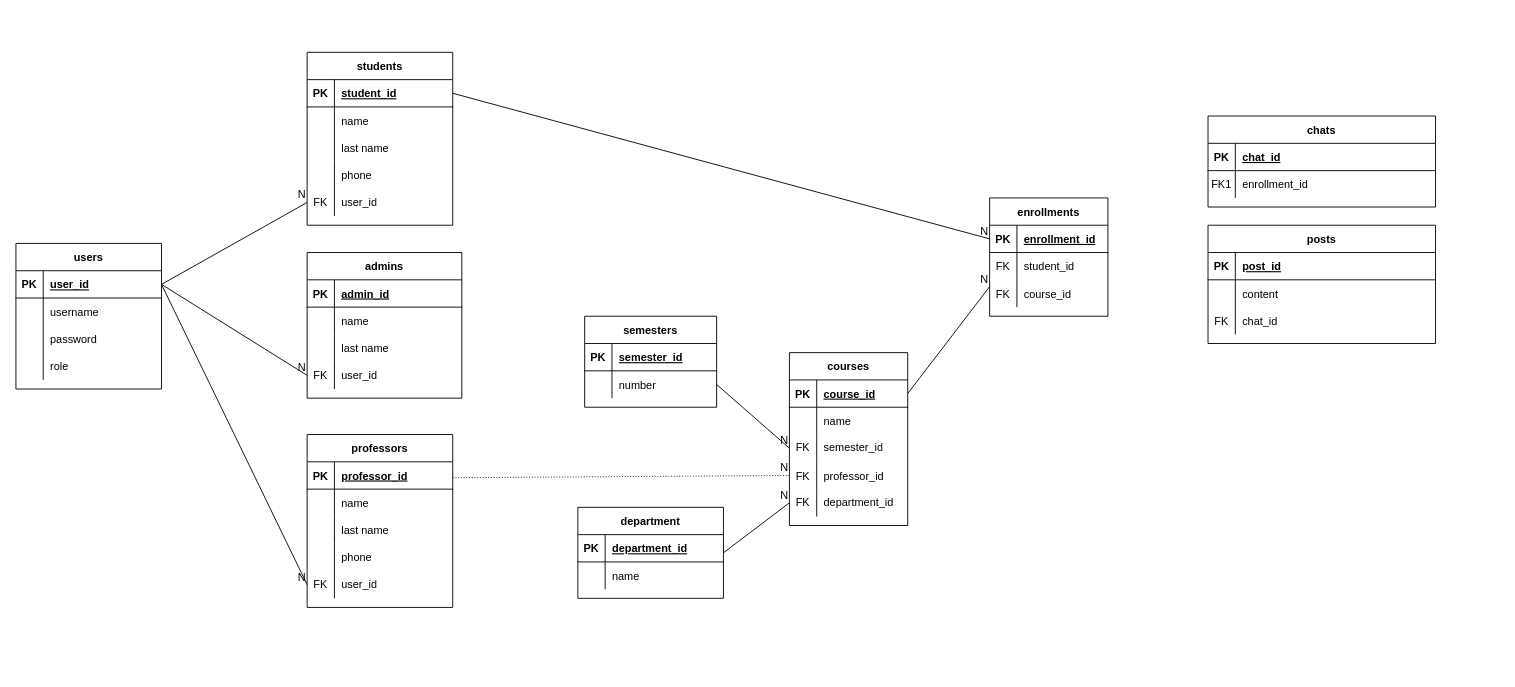
The draw.io diagram university.drawio in ArtStyle19/db-diagrams, before the edit. Source tidied: cells renumbered, new cells numbered last; positions are measured from the earlier drawing's top-left corner, leaving out a move shared by most shapes. Both pictures are drawn from the tidied source at 91%, with x=0, y=0 at pixel (15, 52).
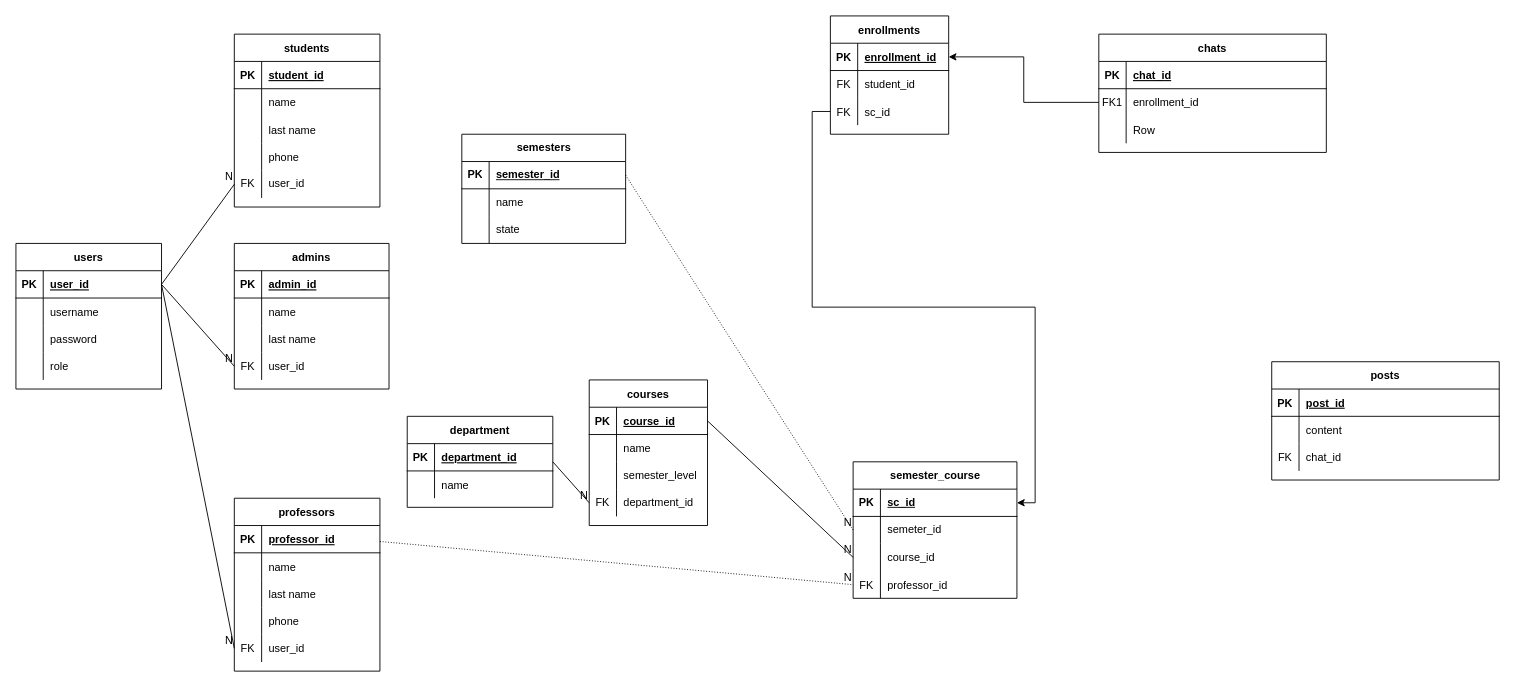
After the change.

Unchanged cells that the change refers to:
```xml
<mxCell id="3" style="shape=partialRectangle;fillColor=none;points=[[0,0.5],[1,0.5]];portConstraint=eastwest;top=0;left=0;right=0;bottom=1;" parent="2" vertex="1">
  <mxGeometry y="30" width="130" height="30" as="geometry" />
</mxCell>
<mxCell id="9" style="shape=tableRow;horizontal=0;startSize=0;swimlaneHead=0;swimlaneBody=0;fillColor=none;points=[[0,0.5],[1,0.5]];portConstraint=eastwest;top=0;left=0;right=0;bottom=0;" parent="2" vertex="1">
  <mxGeometry y="90" width="130" height="30" as="geometry" />
</mxCell>
<mxCell id="45" style="shape=partialRectangle;fillColor=none;points=[[0,0.5],[1,0.5]];portConstraint=eastwest;top=0;left=0;right=0;bottom=1;" parent="44" vertex="1">
  <mxGeometry y="30" width="130" height="30" as="geometry" />
</mxCell>
<mxCell id="51" style="shape=partialRectangle;fillColor=none;points=[[0,0.5],[1,0.5]];portConstraint=eastwest;top=0;left=0;right=0;bottom=0;" parent="44" vertex="1">
  <mxGeometry y="90" width="130" height="30" as="geometry" />
</mxCell>
<mxCell id="72" style="shape=partialRectangle;fillColor=none;points=[[0,0.5],[1,0.5]];portConstraint=eastwest;top=0;left=0;right=0;bottom=0;" parent="68" vertex="1">
  <mxGeometry y="60" width="250" height="30" as="geometry" />
</mxCell>
<mxCell id="76" style="shape=partialRectangle;fillColor=none;points=[[0,0.5],[1,0.5]];portConstraint=eastwest;top=0;left=0;right=0;bottom=1;" parent="75" vertex="1">
  <mxGeometry y="30" width="160" height="30" as="geometry" />
</mxCell>
```

Change to the diagram source:
```diff
@@
     <mxCell id="2" value="courses" style="shape=table;startSize=30;childLayout=tableLayout;rowLines=0;fontStyle=1;align=center;" parent="1" vertex="1">
-      <mxGeometry x="850" y="330" width="130" height="190" as="geometry" />
+      <mxGeometry x="630" y="360" width="130" height="160" as="geometry" />
     </mxCell>
@@
-    <mxCell id="10" value="FK" style="shape=partialRectangle;fillColor=none;top=0;left=0;bottom=0;right=0;fontStyle=0;overflow=hidden;whiteSpace=wrap;html=1;" parent="9" vertex="1">
+    <mxCell id="10" style="shape=partialRectangle;fillColor=none;top=0;left=0;bottom=0;right=0;fontStyle=0;overflow=hidden;whiteSpace=wrap;html=1;" parent="9" vertex="1">
       <mxGeometry width="30" height="30" as="geometry" />
     </mxCell>
-    <mxCell id="11" value="semester_id" style="shape=partialRectangle;fillColor=none;top=0;left=0;bottom=0;right=0;align=left;spacingLeft=6;fontStyle=0;overflow=hidden;whiteSpace=wrap;html=1;" parent="9" vertex="1">
+    <mxCell id="11" value="semester_level" style="shape=partialRectangle;fillColor=none;top=0;left=0;bottom=0;right=0;align=left;spacingLeft=6;fontStyle=0;overflow=hidden;whiteSpace=wrap;html=1;" parent="9" vertex="1">
       <mxGeometry x="30" width="100" height="30" as="geometry" />
     </mxCell>
-    <mxCell id="12" style="shape=tableRow;horizontal=0;startSize=0;swimlaneHead=0;swimlaneBody=0;fillColor=none;points=[[0,0.5],[1,0.5]];portConstraint=eastwest;top=0;left=0;right=0;bottom=0;" parent="2" vertex="1">
-      <mxGeometry y="120" width="130" height="30" as="geometry" />
-    </mxCell>
-    <mxCell id="13" value="FK" style="shape=partialRectangle;fillColor=none;top=0;left=0;bottom=0;right=0;overflow=hidden;" parent="12" vertex="1">
-      <mxGeometry width="30" height="30" as="geometry" />
-    </mxCell>
-    <mxCell id="14" value="professor_id" style="shape=partialRectangle;fillColor=none;top=0;left=0;bottom=0;right=0;align=left;spacingLeft=6;overflow=hidden;" parent="12" vertex="1">
-      <mxGeometry x="30" width="100" height="30" as="geometry" />
-    </mxCell>
     <mxCell id="15" style="shape=tableRow;horizontal=0;startSize=0;swimlaneHead=0;swimlaneBody=0;fillColor=none;points=[[0,0.5],[1,0.5]];portConstraint=eastwest;top=0;left=0;right=0;bottom=0;" parent="2" vertex="1">
-      <mxGeometry y="150" width="130" height="30" as="geometry" />
+      <mxGeometry y="120" width="130" height="30" as="geometry" />
     </mxCell>
@@
     <mxCell id="31" value="admins" style="shape=table;startSize=30;childLayout=tableLayout;rowLines=0;fontStyle=1;align=center;" parent="1" vertex="1">
-      <mxGeometry x="320" y="220" width="170" height="160" as="geometry" />
+      <mxGeometry x="240" y="210" width="170" height="160" as="geometry" />
     </mxCell>
@@
     <mxCell id="44" value="enrollments" style="shape=table;startSize=30;childLayout=tableLayout;rowLines=0;fontStyle=1;align=center;" parent="1" vertex="1">
-      <mxGeometry x="1070" y="160" width="130" height="130" as="geometry" />
+      <mxGeometry x="895" y="-40" width="130" height="130" as="geometry" />
     </mxCell>
@@
-    <mxCell id="53" value="course_id" style="shape=partialRectangle;overflow=hidden;fillColor=none;top=0;left=0;bottom=0;right=0;align=left;spacingLeft=6;" parent="51" vertex="1">
+    <mxCell id="53" value="sc_id" style="shape=partialRectangle;overflow=hidden;fillColor=none;top=0;left=0;bottom=0;right=0;align=left;spacingLeft=6;" parent="51" vertex="1">
       <mxGeometry x="30" width="100" height="30" as="geometry" />
     </mxCell>
-    <mxCell id="54" value="semesters" style="shape=table;startSize=30;childLayout=tableLayout;rowLines=0;fontStyle=1;align=center;" parent="1" vertex="1">
-      <mxGeometry x="625" y="290" width="145" height="100" as="geometry" />
-    </mxCell>
-    <mxCell id="55" style="shape=partialRectangle;fillColor=none;top=0;left=0;right=0;bottom=1;" parent="54" vertex="1">
-      <mxGeometry y="30" width="145" height="30" as="geometry" />
-    </mxCell>
-    <mxCell id="56" value="PK" style="shape=partialRectangle;overflow=hidden;fillColor=none;top=0;left=0;bottom=0;right=0;fontStyle=1;" parent="55" vertex="1">
-      <mxGeometry width="30" height="30" as="geometry" />
-    </mxCell>
-    <mxCell id="57" value="semester_id" style="shape=partialRectangle;overflow=hidden;fillColor=none;top=0;left=0;bottom=0;right=0;align=left;spacingLeft=6;fontStyle=5;" parent="55" vertex="1">
-      <mxGeometry x="30" width="115" height="30" as="geometry" />
-    </mxCell>
-    <mxCell id="58" style="shape=partialRectangle;fillColor=none;points=[[0,0.5],[1,0.5]];portConstraint=eastwest;top=0;left=0;right=0;bottom=0;" parent="54" vertex="1">
-      <mxGeometry y="60" width="145" height="30" as="geometry" />
-    </mxCell>
-    <mxCell id="59" style="shape=partialRectangle;overflow=hidden;fillColor=none;top=0;left=0;bottom=0;right=0;" parent="58" vertex="1">
-      <mxGeometry width="30" height="30" as="geometry" />
-    </mxCell>
-    <mxCell id="60" value="number" style="shape=partialRectangle;overflow=hidden;fillColor=none;top=0;left=0;bottom=0;right=0;align=left;spacingLeft=6;" parent="58" vertex="1">
-      <mxGeometry x="30" width="115" height="30" as="geometry" />
-    </mxCell>
     <mxCell id="61" value="department" style="shape=table;startSize=30;childLayout=tableLayout;rowLines=0;fontStyle=1;align=center;" parent="1" vertex="1">
-      <mxGeometry x="617.5" y="500" width="160" height="100" as="geometry" />
+      <mxGeometry x="430" y="400" width="160" height="100" as="geometry" />
     </mxCell>
@@
     <mxCell id="68" value="chats" style="shape=table;startSize=30;childLayout=tableLayout;rowLines=0;fontStyle=1;align=center;" parent="1" vertex="1">
-      <mxGeometry x="1310" y="70" width="250" height="100" as="geometry" />
+      <mxGeometry x="1190" y="-20" width="250" height="130" as="geometry" />
     </mxCell>
@@
+    <mxCell id="133" style="shape=tableRow;horizontal=0;startSize=0;swimlaneHead=0;swimlaneBody=0;fillColor=none;top=0;left=0;right=0;bottom=0;" parent="68" vertex="1">
+      <mxGeometry y="90" width="250" height="30" as="geometry" />
+    </mxCell>
+    <mxCell id="134" style="shape=partialRectangle;fillColor=none;top=0;left=0;bottom=0;right=0;overflow=hidden;" parent="133" vertex="1">
+      <mxGeometry width="30" height="30" as="geometry" />
+    </mxCell>
+    <mxCell id="135" value="Row" style="shape=partialRectangle;fillColor=none;top=0;left=0;bottom=0;right=0;align=left;spacingLeft=6;overflow=hidden;" parent="133" vertex="1">
+      <mxGeometry x="30" width="220" height="30" as="geometry" />
+    </mxCell>
     <mxCell id="75" value="students" style="shape=table;startSize=30;childLayout=tableLayout;rowLines=0;fontStyle=1;align=center;" parent="1" vertex="1">
-      <mxGeometry x="320" width="160" height="190" as="geometry" />
+      <mxGeometry x="240" y="-20" width="160" height="190" as="geometry" />
     </mxCell>
@@
     <mxCell id="91" value="professors" style="shape=table;startSize=30;childLayout=tableLayout;rowLines=0;fontStyle=1;align=center;" parent="1" vertex="1">
-      <mxGeometry x="320" y="420" width="160" height="190" as="geometry" />
+      <mxGeometry x="240" y="490" width="160" height="190" as="geometry" />
     </mxCell>
@@
     <mxCell id="107" value="posts" style="shape=table;startSize=30;childLayout=tableLayout;rowLines=0;fontStyle=1;align=center;" parent="1" vertex="1">
-      <mxGeometry x="1310" y="190" width="250" height="130" as="geometry" />
+      <mxGeometry x="1380" y="340" width="250" height="130" as="geometry" />
     </mxCell>
@@
-    <mxCell id="127" style="endArrow=none;html=1;rounded=0;exitX=1;exitY=0.5;exitDx=0;exitDy=0;entryX=0;entryY=0.5;entryDx=0;entryDy=0;" parent="1" edge="1" source="58" target="9">
-      <mxGeometry relative="1" as="geometry" />
-    </mxCell>
-    <mxCell id="128" value="N" style="html=1;whiteSpace=wrap;align=right;verticalAlign=bottom;" parent="127" vertex="1">
-      <mxGeometry x="1" relative="1" as="geometry" />
-    </mxCell>
-    <mxCell id="129" style="endArrow=none;html=1;rounded=0;exitX=1;exitY=0.5;exitDx=0;exitDy=0;entryX=0;entryY=0.75;entryDx=0;entryDy=0;" parent="1" edge="1" source="3" target="44">
+    <mxCell id="129" style="endArrow=none;html=1;rounded=0;exitX=1;exitY=0.5;exitDx=0;exitDy=0;entryX=0;entryY=0.5;entryDx=0;entryDy=0;" parent="1" edge="1" source="3" target="151">
       <mxGeometry relative="1" as="geometry" />
     </mxCell>
@@
-    <mxCell id="131" style="endArrow=none;html=1;rounded=0;exitX=1;exitY=0.5;exitDx=0;exitDy=0;entryX=0;entryY=0.5;entryDx=0;entryDy=0;" parent="1" edge="1" source="76" target="45">
-      <mxGeometry relative="1" as="geometry" />
-    </mxCell>
-    <mxCell id="132" value="N" style="html=1;whiteSpace=wrap;align=right;verticalAlign=bottom;" parent="131" vertex="1">
-      <mxGeometry x="1" relative="1" as="geometry" />
-    </mxCell>
+    <mxCell id="54" value="&lt;div&gt;semesters&lt;/div&gt;" style="shape=table;startSize=30;childLayout=tableLayout;rowLines=0;fontStyle=1;align=center;html=1;direction=east;" parent="1" vertex="1">
+      <mxGeometry x="490" y="90" width="180" height="120" as="geometry" />
+    </mxCell>
+    <mxCell id="136" style="shape=tableRow;horizontal=0;startSize=0;swimlaneHead=0;swimlaneBody=0;fillColor=none;points=[[0,0.5],[1,0.5]];portConstraint=eastwest;top=0;left=0;right=0;bottom=1;" parent="54" vertex="1">
+      <mxGeometry y="30" width="180" height="30" as="geometry" />
+    </mxCell>
+    <mxCell id="137" value="PK" style="shape=partialRectangle;fillColor=none;top=0;left=0;bottom=0;right=0;fontStyle=1;overflow=hidden;whiteSpace=wrap;html=1;" parent="136" vertex="1">
+      <mxGeometry width="30" height="30" as="geometry" />
+    </mxCell>
+    <mxCell id="57" value="semester_id" style="shape=partialRectangle;fillColor=none;top=0;left=0;bottom=0;right=0;align=left;spacingLeft=6;fontStyle=5;overflow=hidden;whiteSpace=wrap;html=1;" parent="136" vertex="1">
+      <mxGeometry x="30" width="150" height="30" as="geometry" />
+    </mxCell>
+    <mxCell id="138" style="shape=tableRow;horizontal=0;startSize=0;swimlaneHead=0;swimlaneBody=0;fillColor=none;top=0;left=0;right=0;bottom=0;" parent="54" vertex="1">
+      <mxGeometry y="60" width="180" height="30" as="geometry" />
+    </mxCell>
+    <mxCell id="139" style="shape=partialRectangle;fillColor=none;top=0;left=0;bottom=0;right=0;overflow=hidden;whiteSpace=wrap;html=1;" parent="138" vertex="1">
+      <mxGeometry width="30" height="30" as="geometry" />
+    </mxCell>
+    <mxCell id="140" value="name" style="shape=partialRectangle;fillColor=none;top=0;left=0;bottom=0;right=0;align=left;spacingLeft=6;overflow=hidden;whiteSpace=wrap;html=1;" parent="138" vertex="1">
+      <mxGeometry x="30" width="150" height="30" as="geometry" />
+    </mxCell>
+    <mxCell id="141" style="shape=tableRow;horizontal=0;startSize=0;swimlaneHead=0;swimlaneBody=0;fillColor=none;top=0;left=0;right=0;bottom=0;" parent="54" vertex="1">
+      <mxGeometry y="90" width="180" height="30" as="geometry" />
+    </mxCell>
+    <mxCell id="142" style="shape=partialRectangle;fillColor=none;top=0;left=0;bottom=0;right=0;overflow=hidden;whiteSpace=wrap;html=1;" parent="141" vertex="1">
+      <mxGeometry width="30" height="30" as="geometry" />
+    </mxCell>
+    <mxCell id="143" value="state" style="shape=partialRectangle;fillColor=none;top=0;left=0;bottom=0;right=0;align=left;spacingLeft=6;overflow=hidden;whiteSpace=wrap;html=1;" parent="141" vertex="1">
+      <mxGeometry x="30" width="150" height="30" as="geometry" />
+    </mxCell>
+    <mxCell id="144" value="semester_course" style="shape=table;startSize=30;childLayout=tableLayout;rowLines=0;fontStyle=1;align=center;html=1;" parent="1" vertex="1">
+      <mxGeometry x="920" y="450" width="180" height="150" as="geometry" />
+    </mxCell>
+    <mxCell id="145" style="shape=tableRow;horizontal=0;startSize=0;swimlaneHead=0;swimlaneBody=0;fillColor=none;points=[[0,0.5],[1,0.5]];portConstraint=eastwest;top=0;left=0;right=0;bottom=1;" parent="144" vertex="1">
+      <mxGeometry y="30" width="180" height="30" as="geometry" />
+    </mxCell>
+    <mxCell id="146" value="PK" style="shape=partialRectangle;fillColor=none;top=0;left=0;bottom=0;right=0;fontStyle=1;overflow=hidden;whiteSpace=wrap;html=1;" parent="145" vertex="1">
+      <mxGeometry width="30" height="30" as="geometry" />
+    </mxCell>
+    <mxCell id="147" value="sc_id" style="shape=partialRectangle;fillColor=none;top=0;left=0;bottom=0;right=0;align=left;spacingLeft=6;fontStyle=5;overflow=hidden;whiteSpace=wrap;html=1;" parent="145" vertex="1">
+      <mxGeometry x="30" width="150" height="30" as="geometry" />
+    </mxCell>
+    <mxCell id="148" style="shape=tableRow;horizontal=0;startSize=0;swimlaneHead=0;swimlaneBody=0;fillColor=none;points=[[0,0.5],[1,0.5]];portConstraint=eastwest;top=0;left=0;right=0;bottom=0;" parent="144" vertex="1">
+      <mxGeometry y="60" width="180" height="30" as="geometry" />
+    </mxCell>
+    <mxCell id="149" style="shape=partialRectangle;fillColor=none;top=0;left=0;bottom=0;right=0;overflow=hidden;whiteSpace=wrap;html=1;" parent="148" vertex="1">
+      <mxGeometry width="30" height="30" as="geometry" />
+    </mxCell>
+    <mxCell id="150" value="semeter_id" style="shape=partialRectangle;fillColor=none;top=0;left=0;bottom=0;right=0;align=left;spacingLeft=6;overflow=hidden;whiteSpace=wrap;html=1;" parent="148" vertex="1">
+      <mxGeometry x="30" width="150" height="30" as="geometry" />
+    </mxCell>
+    <mxCell id="151" style="shape=tableRow;horizontal=0;startSize=0;swimlaneHead=0;swimlaneBody=0;fillColor=none;points=[[0,0.5],[1,0.5]];portConstraint=eastwest;top=0;left=0;right=0;bottom=0;" parent="144" vertex="1">
+      <mxGeometry y="90" width="180" height="30" as="geometry" />
+    </mxCell>
+    <mxCell id="152" style="shape=partialRectangle;fillColor=none;top=0;left=0;bottom=0;right=0;overflow=hidden;whiteSpace=wrap;html=1;" parent="151" vertex="1">
+      <mxGeometry width="30" height="30" as="geometry" />
+    </mxCell>
+    <mxCell id="153" value="course_id" style="shape=partialRectangle;fillColor=none;top=0;left=0;bottom=0;right=0;align=left;spacingLeft=6;overflow=hidden;whiteSpace=wrap;html=1;" parent="151" vertex="1">
+      <mxGeometry x="30" width="150" height="30" as="geometry" />
+    </mxCell>
+    <mxCell id="12" style="shape=tableRow;horizontal=0;startSize=0;swimlaneHead=0;swimlaneBody=0;fillColor=none;points=[[0,0.5],[1,0.5]];portConstraint=eastwest;top=0;left=0;right=0;bottom=0;" parent="144" vertex="1">
+      <mxGeometry y="120" width="180" height="30" as="geometry" />
+    </mxCell>
+    <mxCell id="13" value="FK" style="shape=partialRectangle;fillColor=none;top=0;left=0;bottom=0;right=0;overflow=hidden;" parent="12" vertex="1">
+      <mxGeometry width="30" height="30" as="geometry" />
+    </mxCell>
+    <mxCell id="14" value="professor_id" style="shape=partialRectangle;fillColor=none;top=0;left=0;bottom=0;right=0;align=left;spacingLeft=6;overflow=hidden;" parent="12" vertex="1">
+      <mxGeometry x="30" width="150" height="30" as="geometry" />
+    </mxCell>
+    <mxCell id="154" style="endArrow=none;html=1;rounded=0;dashed=1;dashPattern=1 2;exitX=1;exitY=0.5;exitDx=0;exitDy=0;entryX=0;entryY=0.5;entryDx=0;entryDy=0;" parent="1" edge="1" source="136" target="148">
+      <mxGeometry relative="1" as="geometry" />
+    </mxCell>
+    <mxCell id="155" value="N" style="html=1;whiteSpace=wrap;align=right;verticalAlign=bottom;" parent="154" vertex="1">
+      <mxGeometry x="1" relative="1" as="geometry" />
+    </mxCell>
+    <mxCell id="156" style="edgeStyle=orthogonalEdgeStyle;rounded=0;jettySize=auto;html=1;exitX=0;exitY=0.5;exitDx=0;exitDy=0;entryX=1;entryY=0.5;entryDx=0;entryDy=0;" parent="1" edge="1" source="51" target="145">
+      <mxGeometry relative="1" as="geometry" />
+    </mxCell>
+    <mxCell id="157" style="edgeStyle=orthogonalEdgeStyle;rounded=0;jettySize=auto;html=1;exitX=0;exitY=0.5;exitDx=0;exitDy=0;entryX=1;entryY=0.5;entryDx=0;entryDy=0;" parent="1" edge="1" source="72" target="45">
+      <mxGeometry relative="1" as="geometry" />
+    </mxCell>
```
